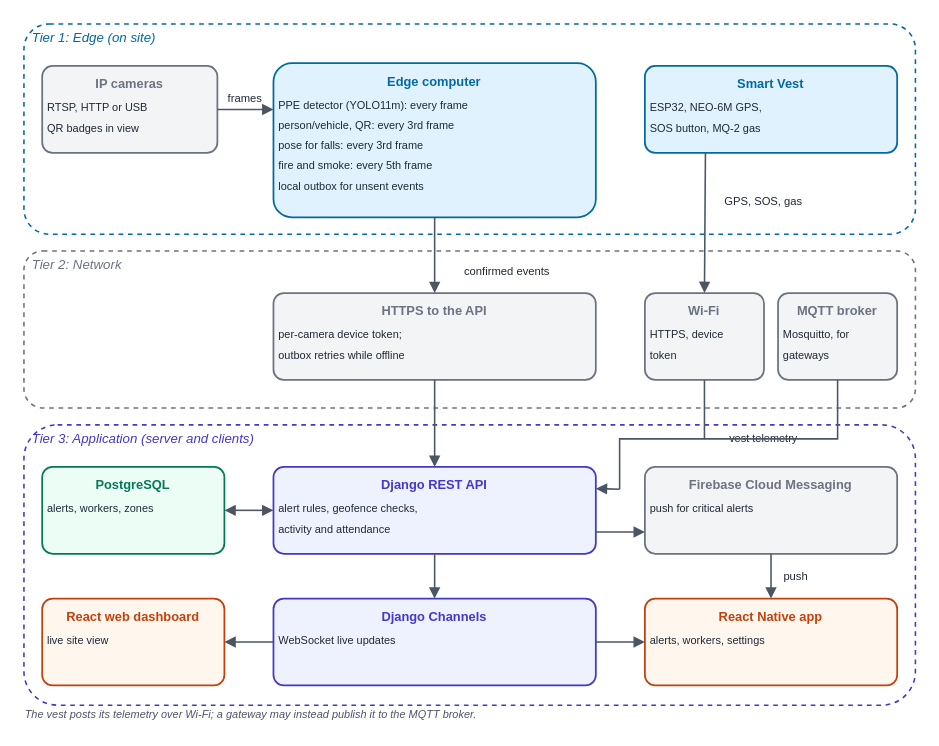
The draw.io diagram docs/figures/editable/fig_three_tier.drawio in hamzahyaasin/site-safe, before the edit. Source tidied: cells renumbered, new cells numbered last; positions are measured from the earlier drawing's top-left corner, leaving out a move shared by most shapes. Both pictures are drawn from the tidied source at 146%, with x=0, y=0 at pixel (23, 23).
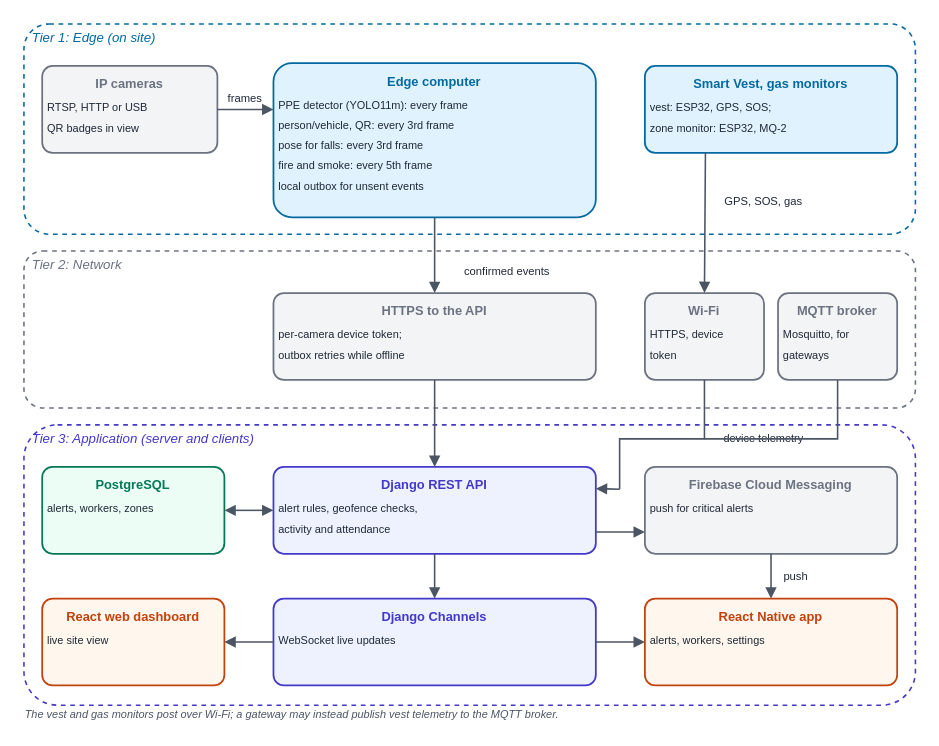
The same diagram, later.

The change refers to these unchanged cells:
```xml
<mxCell id="4" style="html=1;whiteSpace=wrap;fillColor=none;strokeColor=#4338ca;strokeWidth=1.07;dashed=1;rounded=1;arcSize=12;absoluteArcSize=0;" parent="1" vertex="1">
  <mxGeometry x="-0.1" y="274.5" width="610.6" height="192" as="geometry" />
</mxCell>
<mxCell id="7" style="html=1;whiteSpace=wrap;fillColor=#e0f2fe;strokeColor=#0369a1;strokeWidth=1.20;dashed=0;rounded=1;arcSize=12;absoluteArcSize=0;" parent="1" vertex="1">
  <mxGeometry x="425.2" y="28.7" width="172.8" height="59.5" as="geometry" />
</mxCell>
```

Change to the diagram source:
```diff
@@
-    <mxCell id="42" value="Smart Vest" style="text;html=0;whiteSpace=nowrap;align=center;verticalAlign=middle;fontFamily=Arial;fontSize=8.8;fontColor=#0369a1;fontStyle=1;strokeColor=none;fillColor=none;spacing=0;" parent="7" vertex="1">
-      <mxGeometry x="55.3" y="5.9" width="62.2" height="13.1" as="geometry" />
+    <mxCell id="42" value="Smart Vest, gas monitors" style="text;html=0;whiteSpace=nowrap;align=center;verticalAlign=middle;fontFamily=Arial;fontSize=8.8;fontColor=#0369a1;fontStyle=1;strokeColor=none;fillColor=none;spacing=0;" parent="7" vertex="1">
+      <mxGeometry x="16.6" y="5.9" width="139.6" height="13.1" as="geometry" />
     </mxCell>
-    <mxCell id="43" value="ESP32, NEO-6M GPS," style="text;html=0;whiteSpace=nowrap;align=left;verticalAlign=middle;fontFamily=Arial;fontSize=7.5;fontColor=#1f2937;fontStyle=0;strokeColor=none;fillColor=none;spacing=0;" parent="7" vertex="1">
-      <mxGeometry x="3.8" y="24.1" width="101.5" height="9.5" as="geometry" />
+    <mxCell id="43" value="vest: ESP32, GPS, SOS;" style="text;html=0;whiteSpace=nowrap;align=left;verticalAlign=middle;fontFamily=Arial;fontSize=7.5;fontColor=#1f2937;fontStyle=0;strokeColor=none;fillColor=none;spacing=0;" parent="7" vertex="1">
+      <mxGeometry x="3.8" y="23.8" width="109.7" height="9.9" as="geometry" />
     </mxCell>
-    <mxCell id="44" value="SOS button, MQ-2 gas" style="text;html=0;whiteSpace=nowrap;align=left;verticalAlign=middle;fontFamily=Arial;fontSize=7.5;fontColor=#1f2937;fontStyle=0;strokeColor=none;fillColor=none;spacing=0;" parent="7" vertex="1">
-      <mxGeometry x="3.8" y="37.8" width="100.6" height="9.9" as="geometry" />
+    <mxCell id="44" value="zone monitor: ESP32, MQ-2" style="text;html=0;whiteSpace=nowrap;align=left;verticalAlign=middle;fontFamily=Arial;fontSize=7.5;fontColor=#1f2937;fontStyle=0;strokeColor=none;fillColor=none;spacing=0;" parent="7" vertex="1">
+      <mxGeometry x="3.8" y="37.8" width="123.4" height="9.9" as="geometry" />
     </mxCell>
@@
-    <mxCell id="70" value="vest telemetry" style="text;html=0;whiteSpace=nowrap;align=center;verticalAlign=middle;fontFamily=Arial;fontSize=7.5;fontColor=#1f2937;fontStyle=0;strokeColor=none;fillColor=none;spacing=0;labelBackgroundColor=#ffffff;" parent="4" vertex="1">
-      <mxGeometry x="475.2" y="4.7" width="63.3" height="9.8" as="geometry" />
+    <mxCell id="70" value="device telemetry" style="text;html=0;whiteSpace=nowrap;align=center;verticalAlign=middle;fontFamily=Arial;fontSize=7.5;fontColor=#1f2937;fontStyle=0;strokeColor=none;fillColor=none;spacing=0;labelBackgroundColor=#ffffff;" parent="4" vertex="1">
+      <mxGeometry x="470.2" y="4.7" width="73.4" height="9.8" as="geometry" />
     </mxCell>
@@
-    <mxCell id="72" value="The vest posts its telemetry over Wi-Fi; a gateway may instead publish it to the MQTT broker." style="text;html=0;whiteSpace=nowrap;align=left;verticalAlign=middle;fontFamily=Arial;fontSize=7.5;fontColor=#4b5563;fontStyle=2;strokeColor=none;fillColor=none;spacing=0;" parent="1" vertex="1">
-      <mxGeometry x="0.9" y="468.2" width="397.4" height="10" as="geometry" />
+    <mxCell id="72" value="The vest and gas monitors post over Wi-Fi; a gateway may instead publish vest telemetry to the MQTT broker." style="text;html=0;whiteSpace=nowrap;align=left;verticalAlign=middle;fontFamily=Arial;fontSize=7.5;fontColor=#4b5563;fontStyle=2;strokeColor=none;fillColor=none;spacing=0;" parent="1" vertex="1">
+      <mxGeometry x="0.9" y="468.2" width="468.8" height="10" as="geometry" />
     </mxCell>
```
